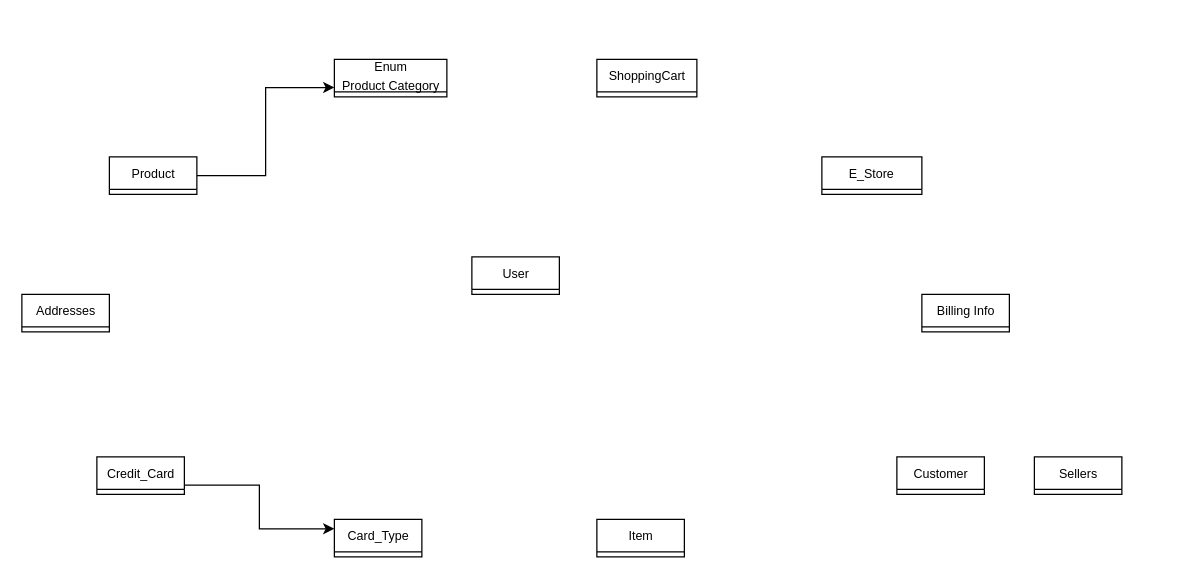
Abolaji2K21/taskForFirstGate- keeps this draw.io diagram as Untitled Diagram.drawio. Above is the earlier version. Source tidied: cells renumbered, new cells numbered last; positions are measured from the earlier drawing's top-left corner, leaving out a move shared by most shapes. Both pictures are drawn from the tidied source at 125%, with x=0, y=0 at pixel (21, 59).
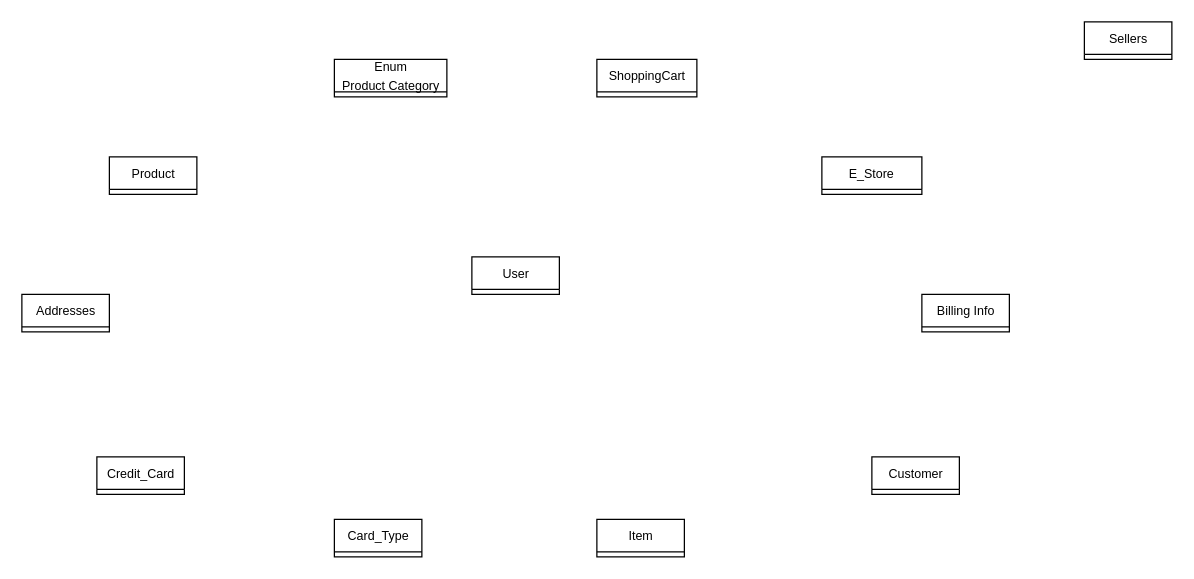
Above is the later version.

The edit, as a diff of the source:
```diff
@@
 <mxGraphModel>
   <root>
     <mxCell id="0" />
     <mxCell id="1" parent="0" />
     <mxCell id="2" value="&lt;font style=&quot;font-size: 10px;&quot;&gt;E_Store&lt;/font&gt;" style="swimlane;fontStyle=0;horizontal=1;startSize=26;fillColor=none;whiteSpace=wrap;html=1;" parent="1" vertex="1" collapsed="1">
       <mxGeometry x="640" y="78" width="80" height="30" as="geometry" />
     </mxCell>
     <mxCell id="3" value="&lt;font style=&quot;font-size: 10px;&quot;&gt;User&lt;/font&gt;" style="swimlane;fontStyle=0;horizontal=1;startSize=26;fillColor=none;html=1;" parent="1" vertex="1" collapsed="1">
       <mxGeometry x="360" y="158" width="70" height="30" as="geometry" />
     </mxCell>
     <mxCell id="4" value="&lt;font style=&quot;font-size: 10px;&quot;&gt;Customer&lt;/font&gt;" style="swimlane;fontStyle=0;horizontal=1;startSize=26;fillColor=none;html=1;" parent="1" vertex="1" collapsed="1">
-      <mxGeometry x="700" y="318" width="70" height="30" as="geometry" />
+      <mxGeometry x="680" y="318" width="70" height="30" as="geometry" />
     </mxCell>
     <mxCell id="5" value="&lt;font style=&quot;font-size: 10px;&quot;&gt;ShoppingCart&lt;/font&gt;" style="swimlane;fontStyle=0;horizontal=1;startSize=26;fillColor=none;html=1;" parent="1" vertex="1" collapsed="1">
       <mxGeometry x="460" width="80" height="30" as="geometry" />
     </mxCell>
     <mxCell id="6" value="&lt;font style=&quot;font-size: 10px;&quot;&gt;Item&lt;/font&gt;" style="swimlane;fontStyle=0;horizontal=1;startSize=26;fillColor=none;html=1;" parent="1" vertex="1" collapsed="1">
       <mxGeometry x="460" y="368" width="70" height="30" as="geometry" />
     </mxCell>
-    <mxCell id="7" style="edgeStyle=orthogonalEdgeStyle;rounded=0;jettySize=auto;html=1;exitX=1;exitY=0.5;exitDx=0;exitDy=0;entryX=0;entryY=0.75;entryDx=0;entryDy=0;" parent="1" edge="1" source="8" target="9">
-      <mxGeometry relative="1" as="geometry" />
-    </mxCell>
     <mxCell id="8" value="&lt;font style=&quot;font-size: 10px;&quot;&gt;Product&lt;/font&gt;" style="swimlane;fontStyle=0;horizontal=1;startSize=26;fillColor=none;html=1;" parent="1" vertex="1" collapsed="1">
       <mxGeometry x="70" y="78" width="70" height="30" as="geometry" />
     </mxCell>
     <mxCell id="9" value="&lt;font style=&quot;font-size: 10px;&quot;&gt;Enum&lt;br&gt;Product Category&lt;br&gt;&lt;/font&gt;" style="swimlane;fontStyle=0;horizontal=1;startSize=26;fillColor=none;html=1;" parent="1" vertex="1" collapsed="1">
       <mxGeometry x="250" width="90" height="30" as="geometry" />
     </mxCell>
     <mxCell id="10" value="&lt;font style=&quot;font-size: 10px;&quot;&gt;Billing Info&lt;/font&gt;" style="swimlane;fontStyle=0;horizontal=1;startSize=26;fillColor=none;html=1;" parent="1" vertex="1" collapsed="1">
       <mxGeometry x="720" y="188" width="70" height="30" as="geometry" />
     </mxCell>
-    <mxCell id="11" style="edgeStyle=orthogonalEdgeStyle;rounded=0;jettySize=auto;html=1;exitX=1;exitY=0.75;exitDx=0;exitDy=0;entryX=0;entryY=0.25;entryDx=0;entryDy=0;" parent="1" edge="1" source="12" target="13">
-      <mxGeometry relative="1" as="geometry" />
-    </mxCell>
     <mxCell id="12" value="&lt;font style=&quot;font-size: 10px;&quot;&gt;Credit_Card&lt;/font&gt;" style="swimlane;fontStyle=0;horizontal=1;startSize=26;fillColor=none;html=1;" parent="1" vertex="1" collapsed="1">
       <mxGeometry x="60" y="318" width="70" height="30" as="geometry" />
     </mxCell>
     <mxCell id="13" value="&lt;font style=&quot;font-size: 10px;&quot;&gt;Card_Type&lt;/font&gt;" style="swimlane;fontStyle=0;horizontal=1;startSize=26;fillColor=none;html=1;" parent="1" vertex="1" collapsed="1">
       <mxGeometry x="250" y="368" width="70" height="30" as="geometry" />
     </mxCell>
     <mxCell id="14" value="&lt;font style=&quot;font-size: 10px;&quot;&gt;Addresses&lt;/font&gt;" style="swimlane;fontStyle=0;horizontal=1;startSize=26;fillColor=none;html=1;" parent="1" vertex="1" collapsed="1">
       <mxGeometry y="188" width="70" height="30" as="geometry" />
     </mxCell>
     <mxCell id="15" value="&lt;font style=&quot;font-size: 10px;&quot;&gt;Sellers&lt;br&gt;&lt;/font&gt;" style="swimlane;fontStyle=0;horizontal=1;startSize=26;fillColor=none;html=1;" parent="1" vertex="1" collapsed="1">
-      <mxGeometry x="810" y="318" width="70" height="30" as="geometry" />
+      <mxGeometry x="850" y="-30" width="70" height="30" as="geometry" />
     </mxCell>
   </root>
 </mxGraphModel>
```
